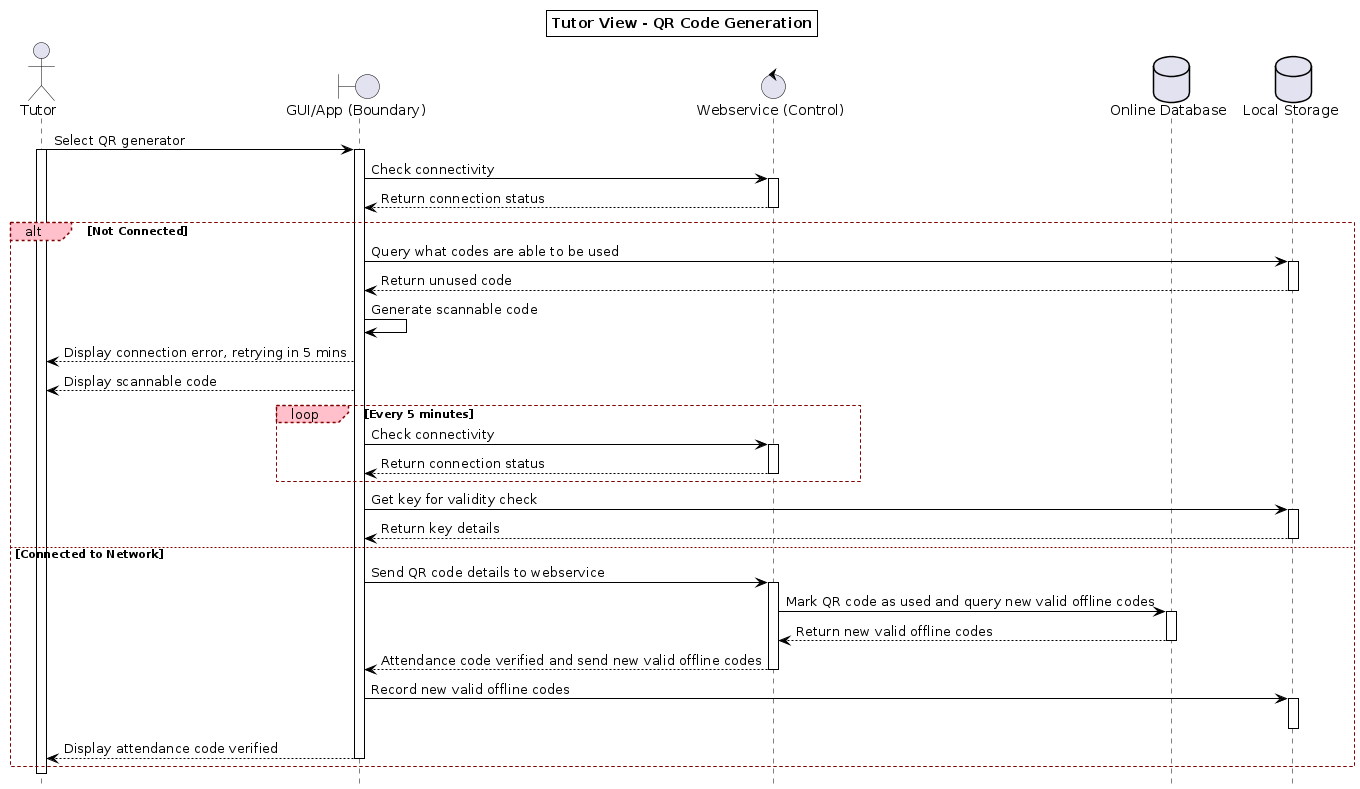
This is uml/sequence1/tutor/png/tutor_generate_qr.png from sebastien-andre/capstone1, a PlantUML export, as it was before one commit. Source of this version:
```plantuml
@startuml
hide footbox
<style>
root {
  LineColor black
  Shadowing 0
}
sequenceDiagram {
  participant {
    BackGroundColor white
    LineThickness 1
  }
  group {
    LineThickness 1
    LineColor maroon
    LineStyle 3
    padding 50
    margin 50
  }
  groupHeader {
    FontStyle plain
    BackGroundColor pink
    LineColor maroon
    LineStyle 3
    padding 10
    margin 10
  }
}
</style>



title Tutor View - QR Code Generation



actor "Tutor" as t
boundary "GUI/App (Boundary)" as gui
control "Webservice (Control)" as ws
database "Online Database" as db
database "Local Storage" as ls


t -> gui: Select QR generator
activate t
activate gui

gui -> ws: Check connectivity
activate ws
ws --> gui: Return connection status
deactivate ws

alt Not Connected
    gui -> ls: Query what codes are able to be used
    activate ls
    ls --> gui: Return unused code
    deactivate ls
    gui -> gui: Generate scannable code
    gui --> t: Display connection error, retrying in 5 mins
    gui --> t: Display scannable code
    loop Every 5 minutes
        gui -> ws: Check connectivity
        activate ws
        ws --> gui: Return connection status
        deactivate ws
    end
    gui -> ls: Get key for validity check
    activate ls
    ls --> gui: Return key details
    deactivate ls

else Connected to Network
    gui -> ws: Send QR code details to webservice
    activate ws
    ws -> db: Mark QR code as used and query new valid offline codes
    activate db
    db --> ws: Return new valid offline codes
    deactivate db
    ws --> gui: Attendance code verified and send new valid offline codes
    deactivate ws
    gui -> ls: Record new valid offline codes
    activate ls
    deactivate ls
    gui --> t: Display attendance code verified
    deactivate gui


end
deactivate t
@enduml
```
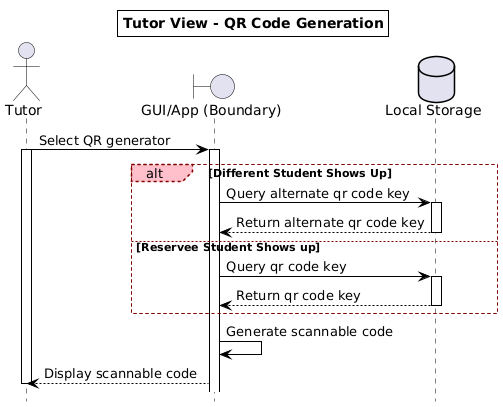
Above is the later version.

Diff of the diagram source:
```diff
@@ -36,8 +36,6 @@
 
 actor "Tutor" as t
 boundary "GUI/App (Boundary)" as gui
-control "Webservice (Control)" as ws
-database "Online Database" as db
 database "Local Storage" as ls
 
 
@@ -45,46 +43,25 @@
 activate t
 activate gui
 
-gui -> ws: Check connectivity
-activate ws
-ws --> gui: Return connection status
-deactivate ws
 
-alt Not Connected
-    gui -> ls: Query what codes are able to be used
+alt Different Student Shows Up
+    gui -> ls: Query alternate qr code key
     activate ls
-    ls --> gui: Return unused code
-    deactivate ls
-    gui -> gui: Generate scannable code
-    gui --> t: Display connection error, retrying in 5 mins
-    gui --> t: Display scannable code
-    loop Every 5 minutes
-        gui -> ws: Check connectivity
-        activate ws
-        ws --> gui: Return connection status
-        deactivate ws
-    end
-    gui -> ls: Get key for validity check
-    activate ls
-    ls --> gui: Return key details
+    ls --> gui: Return alternate qr code key
     deactivate ls
 
-else Connected to Network
-    gui -> ws: Send QR code details to webservice
-    activate ws
-    ws -> db: Mark QR code as used and query new valid offline codes
-    activate db
-    db --> ws: Return new valid offline codes
-    deactivate db
-    ws --> gui: Attendance code verified and send new valid offline codes
-    deactivate ws
-    gui -> ls: Record new valid offline codes
+
+else Reservee Student Shows up
+    gui -> ls: Query qr code key
     activate ls
+    ls --> gui: Return qr code key
     deactivate ls
-    gui --> t: Display attendance code verified
-    deactivate gui
+
 
 
 end
+
+gui -> gui: Generate scannable code
+gui --> t: Display scannable code
 deactivate t
 @enduml
```
